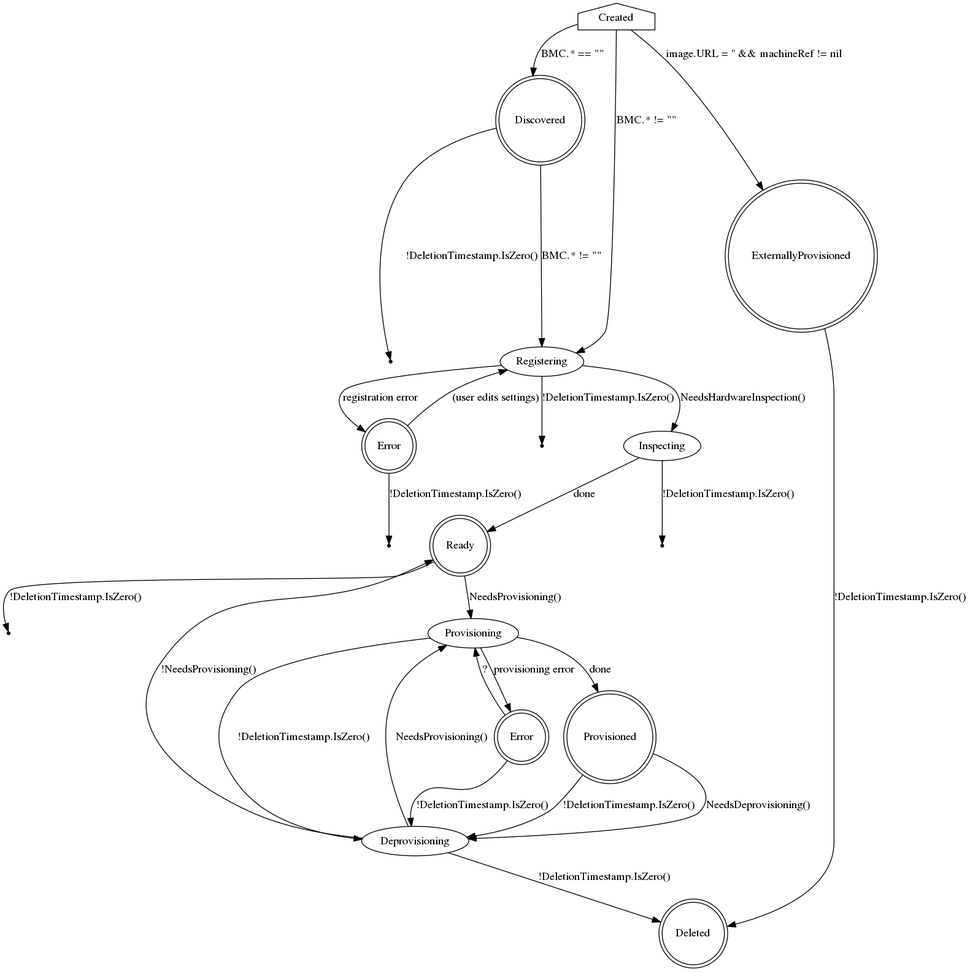
Above: docs/BaremetalHost_ProvisioningState.png in metal3-io/baremetal-operator (Graphviz), before the change. Its source is kept beside it as docs/BaremetalHost_ProvisioningState.dot.
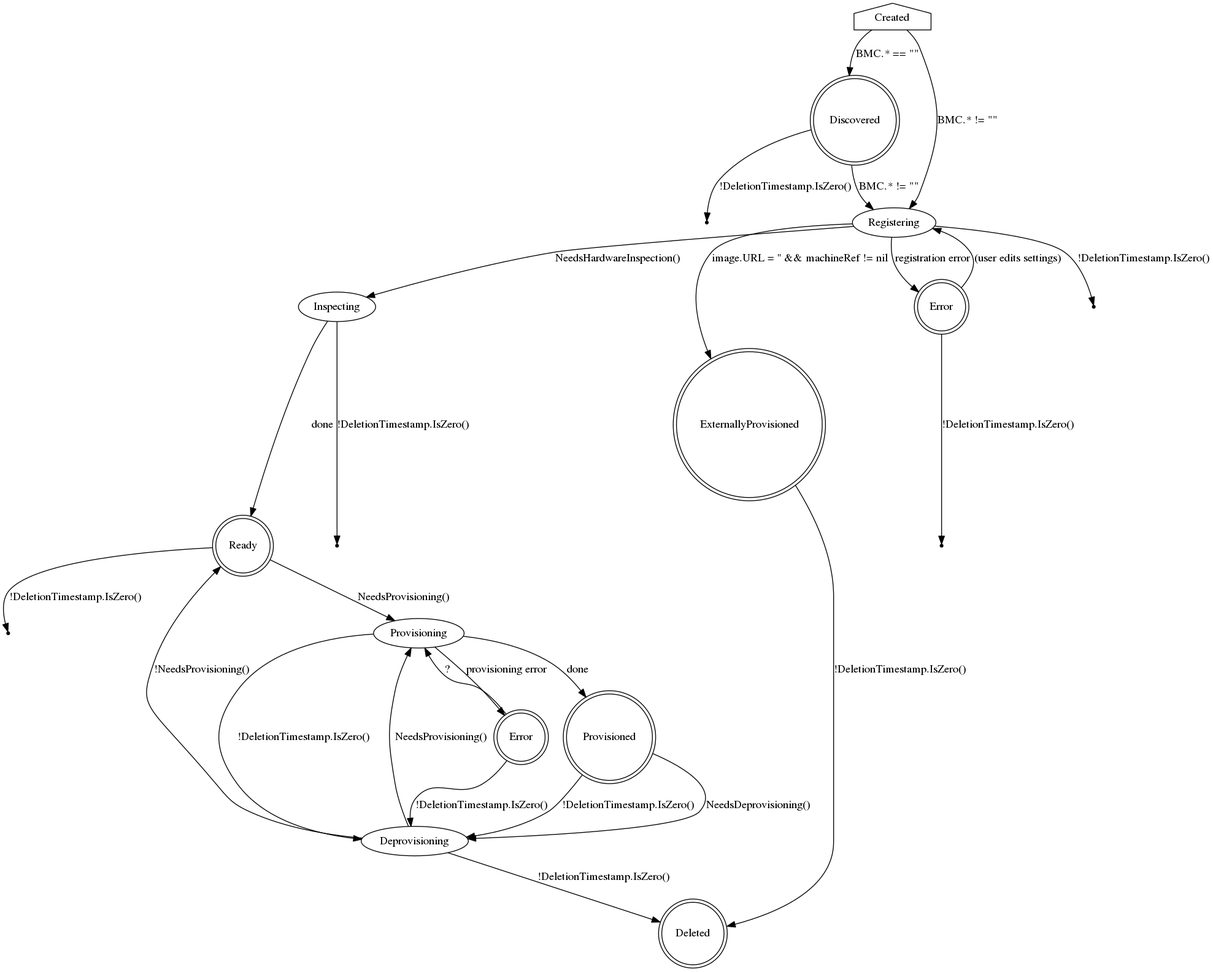
Above is the later version.

Diff of the diagram source:
```diff
@@ -2,7 +2,6 @@
     Created [shape=house]
     Created -> Discovered [label="BMC.* == \"\""]
     Created -> Registering [label="BMC.* != \"\""]
-    Created -> ExternallyProvisioned [label="image.URL = '' && machineRef != nil"]
 
     Discovered [shape=doublecircle]
     Discovered -> Registering [label="BMC.* != \"\""]
@@ -11,6 +10,7 @@
     Deleted1 [shape=point]
 
     Registering -> Inspecting [label="NeedsHardwareInspection()"]
+    Registering -> ExternallyProvisioned [label="image.URL = '' && machineRef != nil"]
     Registering -> RegistrationError [shape=doublecircle label="registration error"]
     Registering -> Deleted2 [label="!DeletionTimestamp.IsZero()"]
 
```
